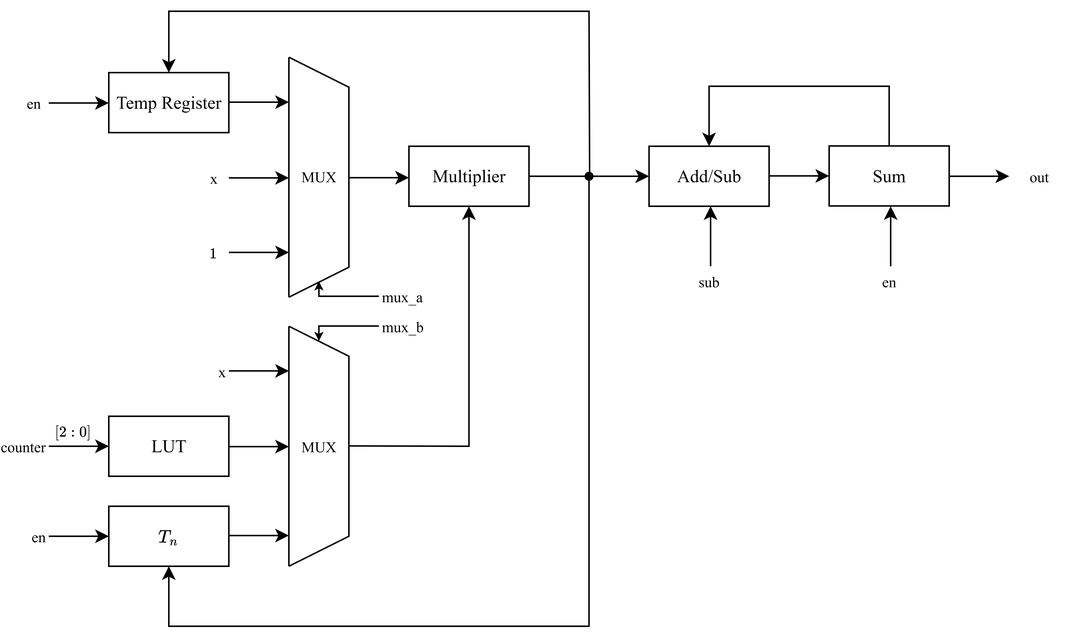
Before: homework_3/report/assets/q5_dp.png, a diagram exported from draw.io (apedersen00/digital-systems-design-and-verification). Source tidied: cells renumbered, new cells last; positions are measured from the earlier drawing's top-left corner, leaving out a move shared by most shapes.
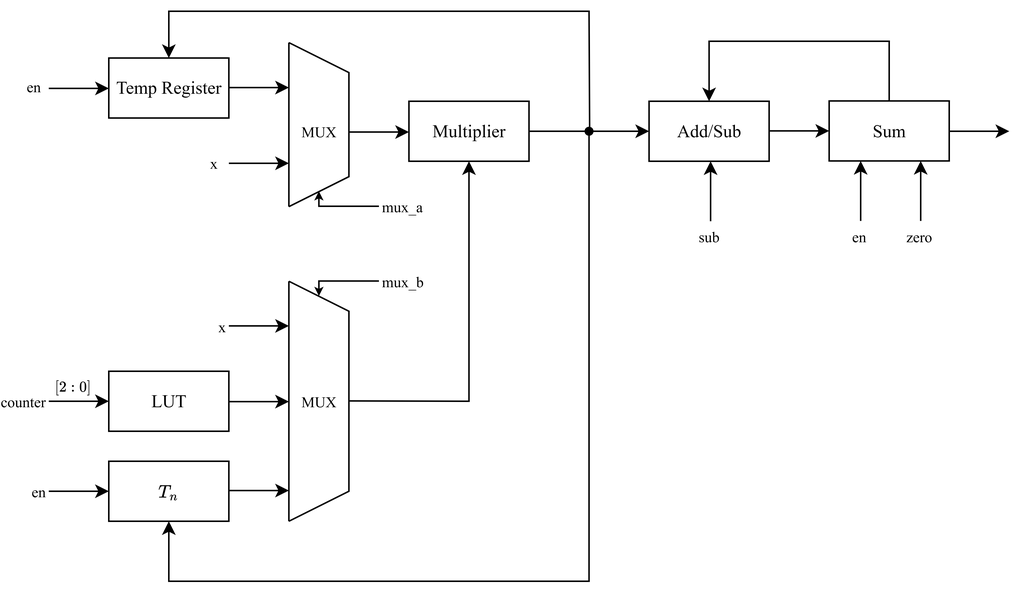
Above is the later version.

The edit, as a diff of the source:
```diff
@@ -43,22 +43,22 @@
       <mxGeometry x="180" y="269.6" width="40" height="40.3" as="geometry" />
     </mxCell>
     <mxCell id="9" value="&lt;font face=&quot;Times New Roman&quot;&gt;Temp Register&lt;/font&gt;" style="rounded=0;whiteSpace=wrap;html=1;" parent="1" vertex="1">
-      <mxGeometry x="60" y="40.9" width="80" height="40" as="geometry" />
+      <mxGeometry x="60" y="61.2" width="80" height="40" as="geometry" />
     </mxCell>
     <mxCell id="10" style="endArrow=classic;html=1;rounded=0;" parent="1" edge="1">
       <mxGeometry relative="1" as="geometry">
-        <mxPoint x="140" y="60.6" as="sourcePoint" />
-        <mxPoint x="180" y="60.6" as="targetPoint" />
+        <mxPoint x="140" y="80.9" as="sourcePoint" />
+        <mxPoint x="180" y="80.9" as="targetPoint" />
       </mxGeometry>
     </mxCell>
     <mxCell id="11" style="endArrow=classic;html=1;rounded=0;" parent="1" edge="1">
       <mxGeometry relative="1" as="geometry">
-        <mxPoint x="140" y="111.1" as="sourcePoint" />
-        <mxPoint x="180" y="111.1" as="targetPoint" />
+        <mxPoint x="140" y="131.4" as="sourcePoint" />
+        <mxPoint x="180" y="131.4" as="targetPoint" />
       </mxGeometry>
     </mxCell>
     <mxCell id="12" value="&lt;font face=&quot;Times New Roman&quot;&gt;x&lt;/font&gt;" style="text;html=1;align=center;verticalAlign=middle;whiteSpace=wrap;rounded=0;fontSize=10;" parent="1" vertex="1">
-      <mxGeometry x="120" y="101.2" width="20" height="20" as="geometry" />
+      <mxGeometry x="120" y="121.4" width="20" height="20" as="geometry" />
     </mxCell>
     <mxCell id="13" style="endArrow=classic;html=1;rounded=0;entryX=0.5;entryY=1;entryDx=0;entryDy=0;exitX=1;exitY=0.5;exitDx=0;exitDy=0;" parent="1" edge="1" source="8" target="2">
       <mxGeometry relative="1" as="geometry">
@@ -72,12 +72,12 @@
     </mxCell>
     <mxCell id="15" style="endArrow=classic;html=1;rounded=0;" parent="1" edge="1">
       <mxGeometry relative="1" as="geometry">
-        <mxPoint x="20" y="61.2" as="sourcePoint" />
-        <mxPoint x="60" y="61.2" as="targetPoint" />
+        <mxPoint x="20" y="81.4" as="sourcePoint" />
+        <mxPoint x="60" y="81.4" as="targetPoint" />
       </mxGeometry>
     </mxCell>
     <mxCell id="16" value="&lt;font face=&quot;Times New Roman&quot;&gt;en&lt;/font&gt;" style="text;html=1;align=center;verticalAlign=middle;whiteSpace=wrap;rounded=0;fontSize=10;" parent="1" vertex="1">
-      <mxGeometry y="50.9" width="20" height="20" as="geometry" />
+      <mxGeometry y="69.8" width="20" height="20" as="geometry" />
     </mxCell>
     <mxCell id="17" value="&lt;font face=&quot;Times New Roman&quot;&gt;Add/Sub&lt;/font&gt;" style="rounded=0;whiteSpace=wrap;html=1;" parent="1" vertex="1">
       <mxGeometry x="420" y="90" width="80" height="40" as="geometry" />
@@ -141,98 +141,97 @@
         <mxPoint x="660" y="110" as="targetPoint" />
       </mxGeometry>
     </mxCell>
-    <mxCell id="30" value="&lt;font face=&quot;Times New Roman&quot;&gt;out&lt;/font&gt;" style="text;html=1;align=center;verticalAlign=middle;whiteSpace=wrap;rounded=0;fontSize=10;" parent="1" vertex="1">
-      <mxGeometry x="660" y="100" width="40" height="20" as="geometry" />
+    <mxCell id="30" value="&lt;font face=&quot;Times New Roman&quot;&gt;LUT&lt;/font&gt;" style="rounded=0;whiteSpace=wrap;html=1;" parent="1" vertex="1">
+      <mxGeometry x="60" y="270" width="80" height="40" as="geometry" />
     </mxCell>
-    <mxCell id="31" value="&lt;font face=&quot;Times New Roman&quot;&gt;LUT&lt;/font&gt;" style="rounded=0;whiteSpace=wrap;html=1;" parent="1" vertex="1">
-      <mxGeometry x="60" y="270" width="80" height="40" as="geometry" />
+    <mxCell id="31" value="&lt;font face=&quot;Times New Roman&quot;&gt;counter&lt;/font&gt;" style="text;html=1;align=right;verticalAlign=middle;whiteSpace=wrap;rounded=0;fontSize=10;" parent="1" vertex="1">
+      <mxGeometry y="280" width="20" height="20" as="geometry" />
     </mxCell>
-    <mxCell id="32" value="&lt;font face=&quot;Times New Roman&quot;&gt;counter&lt;/font&gt;" style="text;html=1;align=right;verticalAlign=middle;whiteSpace=wrap;rounded=0;fontSize=10;" parent="1" vertex="1">
-      <mxGeometry y="280" width="20" height="20" as="geometry" />
+    <mxCell id="32" style="endArrow=classic;html=1;rounded=0;" parent="1" edge="1">
+      <mxGeometry relative="1" as="geometry">
+        <mxPoint x="20" y="290" as="sourcePoint" />
+        <mxPoint x="60" y="290" as="targetPoint" />
+      </mxGeometry>
     </mxCell>
     <mxCell id="33" style="endArrow=classic;html=1;rounded=0;" parent="1" edge="1">
       <mxGeometry relative="1" as="geometry">
-        <mxPoint x="20" y="290" as="sourcePoint" />
-        <mxPoint x="60" y="290" as="targetPoint" />
+        <mxPoint x="561" y="169.8" as="sourcePoint" />
+        <mxPoint x="561" y="129.8" as="targetPoint" />
       </mxGeometry>
     </mxCell>
-    <mxCell id="34" style="endArrow=classic;html=1;rounded=0;" parent="1" edge="1">
-      <mxGeometry relative="1" as="geometry">
-        <mxPoint x="581" y="170" as="sourcePoint" />
-        <mxPoint x="581" y="130" as="targetPoint" />
-      </mxGeometry>
+    <mxCell id="34" value="&lt;font face=&quot;Times New Roman&quot;&gt;en&lt;/font&gt;" style="text;html=1;align=center;verticalAlign=middle;whiteSpace=wrap;rounded=0;fontSize=10;" parent="1" vertex="1">
+      <mxGeometry x="550" y="169.8" width="20" height="20" as="geometry" />
     </mxCell>
-    <mxCell id="35" value="&lt;font face=&quot;Times New Roman&quot;&gt;en&lt;/font&gt;" style="text;html=1;align=center;verticalAlign=middle;whiteSpace=wrap;rounded=0;fontSize=10;" parent="1" vertex="1">
-      <mxGeometry x="570" y="170" width="20" height="20" as="geometry" />
+    <mxCell id="35" style="endArrow=none;html=1;rounded=0;" parent="1" edge="1">
+      <mxGeometry relative="1" as="geometry">
+        <mxPoint x="180" y="160.3" as="sourcePoint" />
+        <mxPoint x="180" y="50.9" as="targetPoint" />
+      </mxGeometry>
     </mxCell>
     <mxCell id="36" style="endArrow=none;html=1;rounded=0;" parent="1" edge="1">
       <mxGeometry relative="1" as="geometry">
-        <mxPoint x="180" y="190.6" as="sourcePoint" />
-        <mxPoint x="180" y="30.6" as="targetPoint" />
+        <mxPoint x="180" y="160.3" as="sourcePoint" />
+        <mxPoint x="180" y="50.9" as="targetPoint" />
+        <Array as="points">
+          <mxPoint x="220" y="140.3" />
+          <mxPoint x="220" y="70.9" />
+        </Array>
       </mxGeometry>
     </mxCell>
-    <mxCell id="37" style="endArrow=none;html=1;rounded=0;" parent="1" edge="1">
-      <mxGeometry relative="1" as="geometry">
-        <mxPoint x="180" y="190.6" as="sourcePoint" />
-        <mxPoint x="180" y="30.6" as="targetPoint" />
-        <Array as="points">
-          <mxPoint x="220" y="170.6" />
-          <mxPoint x="220" y="50.6" />
-        </Array>
-      </mxGeometry>
+    <mxCell id="37" value="&lt;font face=&quot;Times New Roman&quot;&gt;MUX&lt;/font&gt;" style="text;html=1;align=center;verticalAlign=middle;whiteSpace=wrap;rounded=0;fontSize=10;" parent="1" vertex="1">
+      <mxGeometry x="180" y="90" width="40" height="40.3" as="geometry" />
     </mxCell>
-    <mxCell id="38" value="&lt;font face=&quot;Times New Roman&quot;&gt;MUX&lt;/font&gt;" style="text;html=1;align=center;verticalAlign=middle;whiteSpace=wrap;rounded=0;fontSize=10;" parent="1" vertex="1">
-      <mxGeometry x="180" y="90.3" width="40" height="40.3" as="geometry" />
+    <mxCell id="38" style="endArrow=classic;html=1;rounded=0;" parent="1" edge="1">
+      <mxGeometry relative="1" as="geometry">
+        <mxPoint x="220" y="110.5" as="sourcePoint" />
+        <mxPoint x="260" y="110.5" as="targetPoint" />
+      </mxGeometry>
     </mxCell>
-    <mxCell id="39" style="endArrow=classic;html=1;rounded=0;" parent="1" edge="1">
+    <mxCell id="39" style="endArrow=classic;html=1;rounded=0;endSize=3;" parent="1" edge="1">
       <mxGeometry relative="1" as="geometry">
-        <mxPoint x="140" y="160.8" as="sourcePoint" />
-        <mxPoint x="180" y="160.8" as="targetPoint" />
+        <mxPoint x="240" y="160" as="sourcePoint" />
+        <mxPoint x="200" y="150" as="targetPoint" />
+        <Array as="points">
+          <mxPoint x="200" y="160" />
+        </Array>
       </mxGeometry>
     </mxCell>
-    <mxCell id="40" value="&lt;font face=&quot;Times New Roman&quot;&gt;$$1$$&lt;/font&gt;" style="text;html=1;align=center;verticalAlign=middle;whiteSpace=wrap;rounded=0;fontSize=10;" parent="1" vertex="1">
-      <mxGeometry x="120" y="150.8" width="20" height="20" as="geometry" />
+    <mxCell id="40" style="endArrow=classic;html=1;rounded=0;endSize=3;" parent="1" edge="1">
+      <mxGeometry relative="1" as="geometry">
+        <mxPoint x="240" y="209.8" as="sourcePoint" />
+        <mxPoint x="200" y="219.8" as="targetPoint" />
+        <Array as="points">
+          <mxPoint x="200" y="209.8" />
+        </Array>
+      </mxGeometry>
     </mxCell>
-    <mxCell id="41" style="endArrow=classic;html=1;rounded=0;" parent="1" edge="1">
-      <mxGeometry relative="1" as="geometry">
-        <mxPoint x="220" y="111" as="sourcePoint" />
-        <mxPoint x="260" y="111" as="targetPoint" />
-      </mxGeometry>
+    <mxCell id="41" value="&lt;font face=&quot;Times New Roman&quot;&gt;mux_a&lt;/font&gt;" style="text;html=1;align=left;verticalAlign=middle;whiteSpace=wrap;rounded=0;fontSize=10;" parent="1" vertex="1">
+      <mxGeometry x="240" y="150" width="20" height="20" as="geometry" />
     </mxCell>
-    <mxCell id="42" style="endArrow=classic;html=1;rounded=0;endSize=3;" parent="1" edge="1">
-      <mxGeometry relative="1" as="geometry">
-        <mxPoint x="240" y="190" as="sourcePoint" />
-        <mxPoint x="200" y="180" as="targetPoint" />
-        <Array as="points">
-          <mxPoint x="200" y="190" />
-        </Array>
-      </mxGeometry>
+    <mxCell id="42" value="&lt;font face=&quot;Times New Roman&quot;&gt;mux_b&lt;/font&gt;" style="text;html=1;align=left;verticalAlign=middle;whiteSpace=wrap;rounded=0;fontSize=10;" parent="1" vertex="1">
+      <mxGeometry x="240" y="200" width="20" height="20" as="geometry" />
     </mxCell>
-    <mxCell id="43" style="endArrow=classic;html=1;rounded=0;endSize=3;" parent="1" edge="1">
+    <mxCell id="43" style="endArrow=classic;html=1;rounded=0;entryX=0.5;entryY=0;entryDx=0;entryDy=0;exitX=0.582;exitY=0.523;exitDx=0;exitDy=0;exitPerimeter=0;" parent="1" edge="1" target="9">
       <mxGeometry relative="1" as="geometry">
-        <mxPoint x="240" y="209.8" as="sourcePoint" />
-        <mxPoint x="200" y="219.8" as="targetPoint" />
+        <mxPoint x="380.4" y="110" as="sourcePoint" />
         <Array as="points">
-          <mxPoint x="200" y="209.8" />
+          <mxPoint x="380" y="30" />
+          <mxPoint x="240" y="30" />
+          <mxPoint x="100" y="30" />
         </Array>
       </mxGeometry>
     </mxCell>
-    <mxCell id="44" value="&lt;font face=&quot;Times New Roman&quot;&gt;mux_a&lt;/font&gt;" style="text;html=1;align=left;verticalAlign=middle;whiteSpace=wrap;rounded=0;fontSize=10;" parent="1" vertex="1">
-      <mxGeometry x="240" y="180" width="20" height="20" as="geometry" />
+    <mxCell id="44" value="&lt;font face=&quot;Times New Roman&quot;&gt;$$[2:0]$$&lt;/font&gt;" style="text;html=1;align=right;verticalAlign=middle;whiteSpace=wrap;rounded=0;fontSize=10;" parent="1" vertex="1">
+      <mxGeometry x="30" y="269.6" width="20" height="20" as="geometry" />
     </mxCell>
-    <mxCell id="45" value="&lt;font face=&quot;Times New Roman&quot;&gt;mux_b&lt;/font&gt;" style="text;html=1;align=left;verticalAlign=middle;whiteSpace=wrap;rounded=0;fontSize=10;" parent="1" vertex="1">
-      <mxGeometry x="240" y="200" width="20" height="20" as="geometry" />
+    <mxCell id="45" style="endArrow=classic;html=1;rounded=0;" parent="1" edge="1">
+      <mxGeometry relative="1" as="geometry">
+        <mxPoint x="601" y="169.8" as="sourcePoint" />
+        <mxPoint x="601" y="129.8" as="targetPoint" />
+      </mxGeometry>
     </mxCell>
-    <mxCell id="46" style="endArrow=classic;html=1;rounded=0;entryX=0.5;entryY=0;entryDx=0;entryDy=0;exitX=0.582;exitY=0.523;exitDx=0;exitDy=0;exitPerimeter=0;" parent="1" edge="1" source="23" target="9">
-      <mxGeometry relative="1" as="geometry">
-        <Array as="points">
-          <mxPoint x="380" />
-          <mxPoint x="100" />
-        </Array>
-      </mxGeometry>
+    <mxCell id="46" value="&lt;font face=&quot;Times New Roman&quot;&gt;zero&lt;/font&gt;" style="text;html=1;align=center;verticalAlign=middle;whiteSpace=wrap;rounded=0;fontSize=10;" parent="1" vertex="1">
+      <mxGeometry x="590" y="169.8" width="20" height="20" as="geometry" />
     </mxCell>
-    <mxCell id="47" value="&lt;font face=&quot;Times New Roman&quot;&gt;$$[2:0]$$&lt;/font&gt;" style="text;html=1;align=right;verticalAlign=middle;whiteSpace=wrap;rounded=0;fontSize=10;" parent="1" vertex="1">
-      <mxGeometry x="30" y="269.6" width="20" height="20" as="geometry" />
-    </mxCell>
   </root>
 </mxGraphModel>
```
